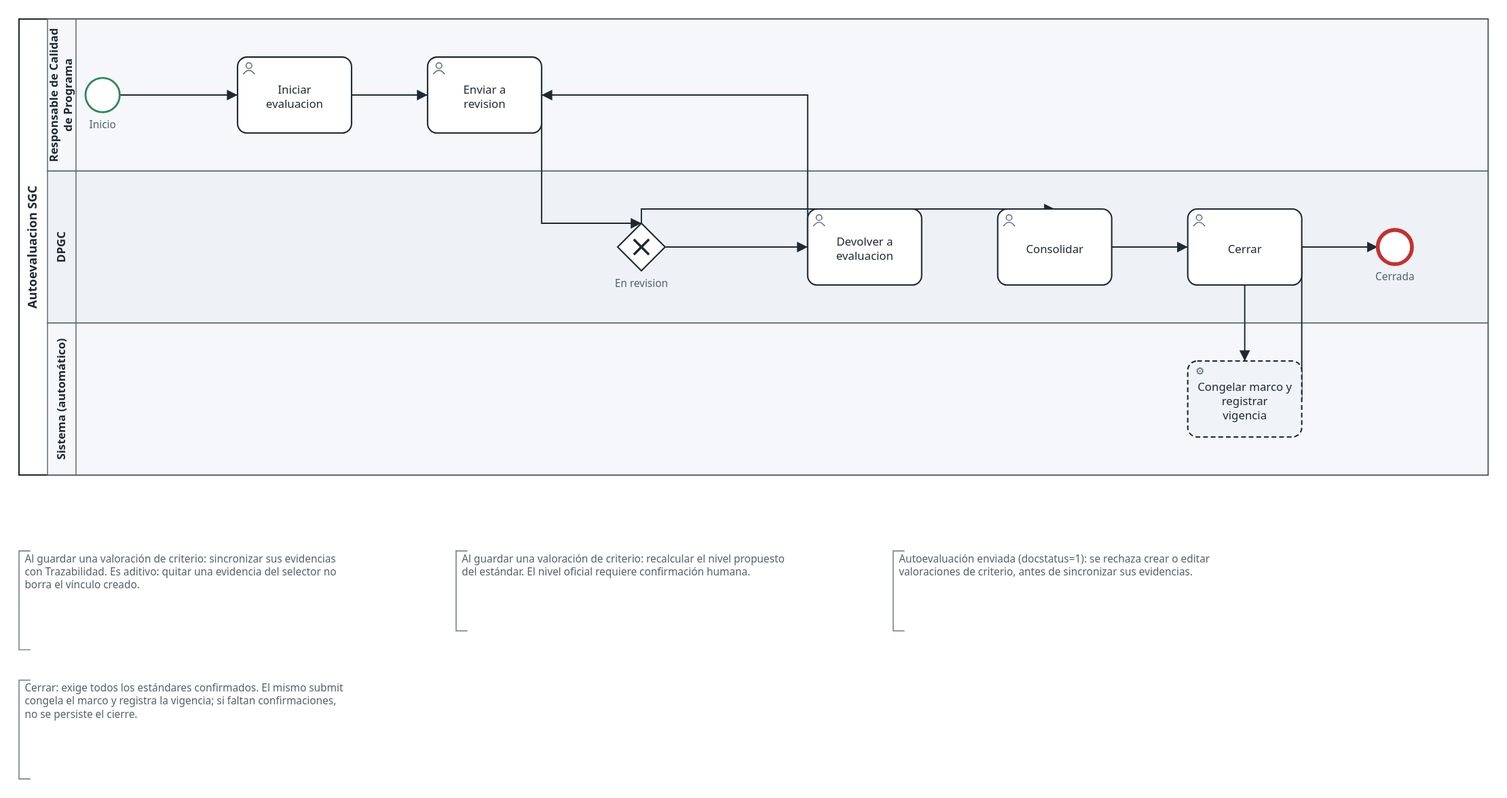
Above: docs-site/src/assets/bpmn/03-autoevaluacion.svg in SciBack/sgc (BPMN), before the change. Its source is kept beside it as docs/diagramas/bpmn/03-autoevaluacion.bpmn. Ids are renumbered. The source it was exported from:
```xml
<bpmn:definitions xmlns:bpmn="http://www.omg.org/spec/BPMN/20100524/MODEL" xmlns:bpmndi="http://www.omg.org/spec/BPMN/20100524/DI" xmlns:dc="http://www.omg.org/spec/DD/20100524/DC" xmlns:di="http://www.omg.org/spec/DD/20100524/DI" xmlns:sgc="https://sciback.com/schema/sgc/1.0" id="Definitions_1" targetNamespace="https://sciback.com/schema/sgc/1.0" exporter="SGC" exporterVersion="1.0">
  <bpmn:collaboration id="Collaboration_1">
    <bpmn:participant id="Participant_Autoevaluacion" name="Autoevaluacion SGC" processRef="Process_Autoevaluacion" />
  </bpmn:collaboration>
  <bpmn:process id="Process_Autoevaluacion" isExecutable="false">
    <bpmn:documentation>Autoevaluación con fines de acreditación, el sello voluntario de calidad que otorga el Coneau (el órgano que acredita, dentro del Sineace). Se califica contra uno de sus dos modelos: el de programas de estudios —10 estándares, 53 criterios, 29 indicadores, según la Tabla 8 del modelo— o el institucional —9 estándares, 68 criterios, 37 indicadores—, con la escala NL (no logrado) / L (logrado) / LP (logrado plenamente). El desenlace lo fija la Tabla 9 de ambos modelos: un solo estándar NL deja el programa «en proceso» de acreditación; todo L, o una combinación de L y LP, dan 3 años de vigencia; todo LP, 6 años; y todo LP más el umbral de la Tabla 10 (criterios de excelencia), 8 años —16 puntos en el modelo de programas, 20 en el institucional—. No sirve para el licenciamiento: son marcos que la norma mantiene separados, y el propio Modelo de Acreditación Institucional del Coneau (2026) lo dice en su §4.2.</bpmn:documentation>
    <bpmn:laneSet id="LaneSet_1">
      <bpmn:lane id="Lane_Responsable_de_Calidad_de_Programa" name="Responsable de Calidad de Programa">
        <bpmn:flowNodeRef>Task_Planificada__Iniciar_evaluacion</bpmn:flowNodeRef>
        <bpmn:flowNodeRef>Task_En_curso__Enviar_a_revision</bpmn:flowNodeRef>
        <bpmn:flowNodeRef>StartEvent_1</bpmn:flowNodeRef>
      </bpmn:lane>
      <bpmn:lane id="Lane_DPGC" name="DPGC">
        <bpmn:flowNodeRef>Task_En_revision__Devolver_a_evaluacion</bpmn:flowNodeRef>
        <bpmn:flowNodeRef>Task_En_revision__Consolidar</bpmn:flowNodeRef>
        <bpmn:flowNodeRef>Task_Consolidada__Cerrar</bpmn:flowNodeRef>
        <bpmn:flowNodeRef>Gateway_En_revision</bpmn:flowNodeRef>
        <bpmn:flowNodeRef>End_Cerrada</bpmn:flowNodeRef>
      </bpmn:lane>
      <bpmn:lane id="Lane_Sistema__automatico_" name="Sistema (automático)">
        <bpmn:flowNodeRef>Efecto_Cerrada__Congelar_marco_y_registrar_vigencia</bpmn:flowNodeRef>
      </bpmn:lane>
    </bpmn:laneSet>
    <bpmn:userTask id="Task_Planificada__Iniciar_evaluacion" name="Iniciar evaluacion">
      <bpmn:incoming>Flow_inicio</bpmn:incoming>
      <bpmn:outgoing>Flow_Planificada_Iniciar_evaluacion_hacia_En_curso</bpmn:outgoing>
    </bpmn:userTask>
    <bpmn:userTask id="Task_En_curso__Enviar_a_revision" name="Enviar a revision">
      <bpmn:incoming>Flow_Planificada_Iniciar_evaluacion_hacia_En_curso</bpmn:incoming>
      <bpmn:incoming>Flow_En_revision_Devolver_a_evaluacion_hacia_En_curso</bpmn:incoming>
      <bpmn:outgoing>Flow_En_curso_Enviar_a_revision_hacia_En_revision</bpmn:outgoing>
    </bpmn:userTask>
    <bpmn:userTask id="Task_En_revision__Devolver_a_evaluacion" name="Devolver a evaluacion">
      <bpmn:incoming>Flow_gw_En_revision_Devolver_a_evaluacion</bpmn:incoming>
      <bpmn:outgoing>Flow_En_revision_Devolver_a_evaluacion_hacia_En_curso</bpmn:outgoing>
    </bpmn:userTask>
    <bpmn:userTask id="Task_En_revision__Consolidar" name="Consolidar">
      <bpmn:incoming>Flow_gw_En_revision_Consolidar</bpmn:incoming>
      <bpmn:outgoing>Flow_En_revision_Consolidar_hacia_Consolidada</bpmn:outgoing>
    </bpmn:userTask>
    <bpmn:userTask id="Task_Consolidada__Cerrar" name="Cerrar">
      <bpmn:incoming>Flow_En_revision_Consolidar_hacia_Consolidada</bpmn:incoming>
      <bpmn:outgoing>Flow_Consolidada_Cerrar_hacia_Cerrada</bpmn:outgoing>
    </bpmn:userTask>
    <bpmn:exclusiveGateway id="Gateway_En_revision" name="En revision">
      <bpmn:incoming>Flow_En_curso_Enviar_a_revision_hacia_En_revision</bpmn:incoming>
      <bpmn:outgoing>Flow_gw_En_revision_Devolver_a_evaluacion</bpmn:outgoing>
      <bpmn:outgoing>Flow_gw_En_revision_Consolidar</bpmn:outgoing>
    </bpmn:exclusiveGateway>
    <bpmn:endEvent id="End_Cerrada" name="Cerrada">
      <bpmn:incoming>Flow_efecto_Cerrada</bpmn:incoming>
    </bpmn:endEvent>
    <bpmn:startEvent id="StartEvent_1" name="Inicio">
      <bpmn:outgoing>Flow_inicio</bpmn:outgoing>
    </bpmn:startEvent>
    <bpmn:serviceTask id="Efecto_Cerrada__Congelar_marco_y_registrar_vigencia" name="Congelar marco y registrar vigencia">
      <bpmn:documentation>sgc.sgc_acreditacion.doctype.autoevaluacion.autoevaluacion.Autoevaluacion.before_submit</bpmn:documentation>
      <bpmn:incoming>Flow_Consolidada_Cerrar_hacia_Cerrada</bpmn:incoming>
      <bpmn:outgoing>Flow_efecto_Cerrada</bpmn:outgoing>
    </bpmn:serviceTask>
    <bpmn:sequenceFlow id="Flow_inicio" sourceRef="StartEvent_1" targetRef="Task_Planificada__Iniciar_evaluacion">
    </bpmn:sequenceFlow>
    <bpmn:sequenceFlow id="Flow_Planificada_Iniciar_evaluacion_hacia_En_curso" sourceRef="Task_Planificada__Iniciar_evaluacion" targetRef="Task_En_curso__Enviar_a_revision">
      <bpmn:extensionElements>
        <sgc:transicion rol="Responsable de Calidad de Programa" autoaprobacion="1" />
      </bpmn:extensionElements>
    </bpmn:sequenceFlow>
    <bpmn:sequenceFlow id="Flow_En_curso_Enviar_a_revision_hacia_En_revision" sourceRef="Task_En_curso__Enviar_a_revision" targetRef="Gateway_En_revision">
      <bpmn:extensionElements>
        <sgc:transicion rol="Responsable de Calidad de Programa" autoaprobacion="1" />
      </bpmn:extensionElements>
    </bpmn:sequenceFlow>
    <bpmn:sequenceFlow id="Flow_gw_En_revision_Devolver_a_evaluacion" sourceRef="Gateway_En_revision" targetRef="Task_En_revision__Devolver_a_evaluacion">
    </bpmn:sequenceFlow>
    <bpmn:sequenceFlow id="Flow_En_revision_Devolver_a_evaluacion_hacia_En_curso" sourceRef="Task_En_revision__Devolver_a_evaluacion" targetRef="Task_En_curso__Enviar_a_revision">
      <bpmn:extensionElements>
        <sgc:transicion rol="DPGC" autoaprobacion="1" />
      </bpmn:extensionElements>
    </bpmn:sequenceFlow>
    <bpmn:sequenceFlow id="Flow_gw_En_revision_Consolidar" sourceRef="Gateway_En_revision" targetRef="Task_En_revision__Consolidar">
    </bpmn:sequenceFlow>
    <bpmn:sequenceFlow id="Flow_En_revision_Consolidar_hacia_Consolidada" sourceRef="Task_En_revision__Consolidar" targetRef="Task_Consolidada__Cerrar">
      <bpmn:extensionElements>
        <sgc:transicion rol="DPGC" autoaprobacion="0" />
      </bpmn:extensionElements>
    </bpmn:sequenceFlow>
    <bpmn:sequenceFlow id="Flow_Consolidada_Cerrar_hacia_Cerrada" sourceRef="Task_Consolidada__Cerrar" targetRef="Efecto_Cerrada__Congelar_marco_y_registrar_vigencia">
      <bpmn:extensionElements>
        <sgc:transicion rol="DPGC" autoaprobacion="0" />
      </bpmn:extensionElements>
    </bpmn:sequenceFlow>
    <bpmn:sequenceFlow id="Flow_efecto_Cerrada" sourceRef="Efecto_Cerrada__Congelar_marco_y_registrar_vigencia" targetRef="End_Cerrada">
    </bpmn:sequenceFlow>
    <bpmn:textAnnotation id="Control_1">
      <bpmn:documentation>sgc.sgc_acreditacion.doctype.valoracion_criterio.valoracion_criterio.ValoracionCriterio._sincronizar_trazabilidad</bpmn:documentation>
      <bpmn:text>Al guardar una valoración de criterio: sincronizar
sus evidencias con Trazabilidad. Es aditivo: quitar
una evidencia del selector no borra el vínculo
creado.</bpmn:text>
    </bpmn:textAnnotation>
    <bpmn:textAnnotation id="Control_2">
      <bpmn:documentation>sgc.sgc_acreditacion.doctype.valoracion_criterio.valoracion_criterio.ValoracionCriterio.on_update</bpmn:documentation>
      <bpmn:text>Al guardar una valoración de criterio: recalcular el
nivel propuesto del estándar. El nivel oficial
requiere confirmación humana.</bpmn:text>
    </bpmn:textAnnotation>
    <bpmn:textAnnotation id="Control_3">
      <bpmn:documentation>sgc.sgc_acreditacion.doctype.valoracion_criterio.valoracion_criterio.ValoracionCriterio.validate</bpmn:documentation>
      <bpmn:text>Autoevaluación enviada (docstatus=1): se rechaza
crear o editar valoraciones de criterio, antes de
sincronizar sus evidencias.</bpmn:text>
    </bpmn:textAnnotation>
    <bpmn:textAnnotation id="Control_4">
      <bpmn:documentation>sgc.sgc_acreditacion.doctype.autoevaluacion.autoevaluacion.Autoevaluacion.before_submit</bpmn:documentation>
      <bpmn:text>Cerrar: exige todos los estándares confirmados. El
mismo submit congela el marco y registra la
vigencia; si faltan confirmaciones, no se persiste
el cierre.</bpmn:text>
    </bpmn:textAnnotation>
  </bpmn:process>
  <bpmndi:BPMNDiagram id="Diagram_1">
    <bpmndi:BPMNPlane id="Plane_1" bpmnElement="Collaboration_1">
      <bpmndi:BPMNShape id="Shape_Participant_Autoevaluacion" bpmnElement="Participant_Autoevaluacion" isHorizontal="true">
        <dc:Bounds x="200" y="80" width="1546" height="480" />
      </bpmndi:BPMNShape>
      <bpmndi:BPMNShape id="Shape_Lane_Responsable_de_Calidad_de_Programa" bpmnElement="Lane_Responsable_de_Calidad_de_Programa" isHorizontal="true">
        <dc:Bounds x="230" y="80" width="1516" height="160" />
      </bpmndi:BPMNShape>
      <bpmndi:BPMNShape id="Shape_Lane_DPGC" bpmnElement="Lane_DPGC" isHorizontal="true">
        <dc:Bounds x="230" y="240" width="1516" height="160" />
      </bpmndi:BPMNShape>
      <bpmndi:BPMNShape id="Shape_Lane_Sistema__automatico_" bpmnElement="Lane_Sistema__automatico_" isHorizontal="true">
        <dc:Bounds x="230" y="400" width="1516" height="160" />
      </bpmndi:BPMNShape>
      <bpmndi:BPMNShape id="Shape_Task_Planificada__Iniciar_evaluacion" bpmnElement="Task_Planificada__Iniciar_evaluacion">
        <dc:Bounds x="430" y="120" width="120" height="80" />
      </bpmndi:BPMNShape>
      <bpmndi:BPMNShape id="Shape_Task_En_curso__Enviar_a_revision" bpmnElement="Task_En_curso__Enviar_a_revision">
        <dc:Bounds x="630" y="120" width="120" height="80" />
      </bpmndi:BPMNShape>
      <bpmndi:BPMNShape id="Shape_Task_En_revision__Devolver_a_evaluacion" bpmnElement="Task_En_revision__Devolver_a_evaluacion">
        <dc:Bounds x="1030" y="280" width="120" height="80" />
      </bpmndi:BPMNShape>
      <bpmndi:BPMNShape id="Shape_Task_En_revision__Consolidar" bpmnElement="Task_En_revision__Consolidar">
        <dc:Bounds x="1230" y="280" width="120" height="80" />
      </bpmndi:BPMNShape>
      <bpmndi:BPMNShape id="Shape_Task_Consolidada__Cerrar" bpmnElement="Task_Consolidada__Cerrar">
        <dc:Bounds x="1430" y="280" width="120" height="80" />
      </bpmndi:BPMNShape>
      <bpmndi:BPMNShape id="Shape_Gateway_En_revision" bpmnElement="Gateway_En_revision">
        <dc:Bounds x="830" y="295" width="50" height="50" />
      </bpmndi:BPMNShape>
      <bpmndi:BPMNShape id="Shape_End_Cerrada" bpmnElement="End_Cerrada">
        <dc:Bounds x="1630" y="302" width="36" height="36" />
      </bpmndi:BPMNShape>
      <bpmndi:BPMNShape id="Shape_StartEvent_1" bpmnElement="StartEvent_1">
        <dc:Bounds x="230" y="142" width="36" height="36" />
      </bpmndi:BPMNShape>
      <bpmndi:BPMNShape id="Shape_Efecto_Cerrada__Congelar_marco_y_registrar_vigencia" bpmnElement="Efecto_Cerrada__Congelar_marco_y_registrar_vigencia">
        <dc:Bounds x="1430" y="440" width="120" height="80" />
      </bpmndi:BPMNShape>
      <bpmndi:BPMNShape id="Shape_Control_1" bpmnElement="Control_1">
        <dc:Bounds x="200" y="640" width="420" height="104" />
      </bpmndi:BPMNShape>
      <bpmndi:BPMNShape id="Shape_Control_2" bpmnElement="Control_2">
        <dc:Bounds x="660" y="640" width="420" height="84" />
      </bpmndi:BPMNShape>
      <bpmndi:BPMNShape id="Shape_Control_3" bpmnElement="Control_3">
        <dc:Bounds x="1120" y="640" width="420" height="84" />
      </bpmndi:BPMNShape>
      <bpmndi:BPMNShape id="Shape_Control_4" bpmnElement="Control_4">
        <dc:Bounds x="200" y="776" width="420" height="104" />
      </bpmndi:BPMNShape>
      <bpmndi:BPMNEdge id="Edge_Flow_inicio" bpmnElement="Flow_inicio">
        <di:waypoint x="266" y="160" />
        <di:waypoint x="430" y="160" />
      </bpmndi:BPMNEdge>
      <bpmndi:BPMNEdge id="Edge_Flow_Planificada_Iniciar_evaluacion_hacia_En_curso" bpmnElement="Flow_Planificada_Iniciar_evaluacion_hacia_En_curso">
        <di:waypoint x="550" y="160" />
        <di:waypoint x="630" y="160" />
      </bpmndi:BPMNEdge>
      <bpmndi:BPMNEdge id="Edge_Flow_En_curso_Enviar_a_revision_hacia_En_revision" bpmnElement="Flow_En_curso_Enviar_a_revision_hacia_En_revision">
        <di:waypoint x="750" y="160" />
        <di:waypoint x="750" y="295" />
        <di:waypoint x="855" y="295" />
      </bpmndi:BPMNEdge>
      <bpmndi:BPMNEdge id="Edge_Flow_gw_En_revision_Devolver_a_evaluacion" bpmnElement="Flow_gw_En_revision_Devolver_a_evaluacion">
        <di:waypoint x="880" y="320" />
        <di:waypoint x="1030" y="320" />
      </bpmndi:BPMNEdge>
      <bpmndi:BPMNEdge id="Edge_Flow_En_revision_Devolver_a_evaluacion_hacia_En_curso" bpmnElement="Flow_En_revision_Devolver_a_evaluacion_hacia_En_curso">
        <di:waypoint x="1030" y="320" />
        <di:waypoint x="1030" y="160" />
        <di:waypoint x="750" y="160" />
      </bpmndi:BPMNEdge>
      <bpmndi:BPMNEdge id="Edge_Flow_gw_En_revision_Consolidar" bpmnElement="Flow_gw_En_revision_Consolidar">
        <di:waypoint x="855" y="295" />
        <di:waypoint x="855" y="280" />
        <di:waypoint x="1290" y="280" />
      </bpmndi:BPMNEdge>
      <bpmndi:BPMNEdge id="Edge_Flow_En_revision_Consolidar_hacia_Consolidada" bpmnElement="Flow_En_revision_Consolidar_hacia_Consolidada">
        <di:waypoint x="1350" y="320" />
        <di:waypoint x="1430" y="320" />
      </bpmndi:BPMNEdge>
      <bpmndi:BPMNEdge id="Edge_Flow_Consolidada_Cerrar_hacia_Cerrada" bpmnElement="Flow_Consolidada_Cerrar_hacia_Cerrada">
        <di:waypoint x="1490" y="360" />
        <di:waypoint x="1490" y="440" />
      </bpmndi:BPMNEdge>
      <bpmndi:BPMNEdge id="Edge_Flow_efecto_Cerrada" bpmnElement="Flow_efecto_Cerrada">
        <di:waypoint x="1550" y="480" />
        <di:waypoint x="1550" y="320" />
        <di:waypoint x="1630" y="320" />
      </bpmndi:BPMNEdge>
    </bpmndi:BPMNPlane>
  </bpmndi:BPMNDiagram>
</bpmn:definitions>
```
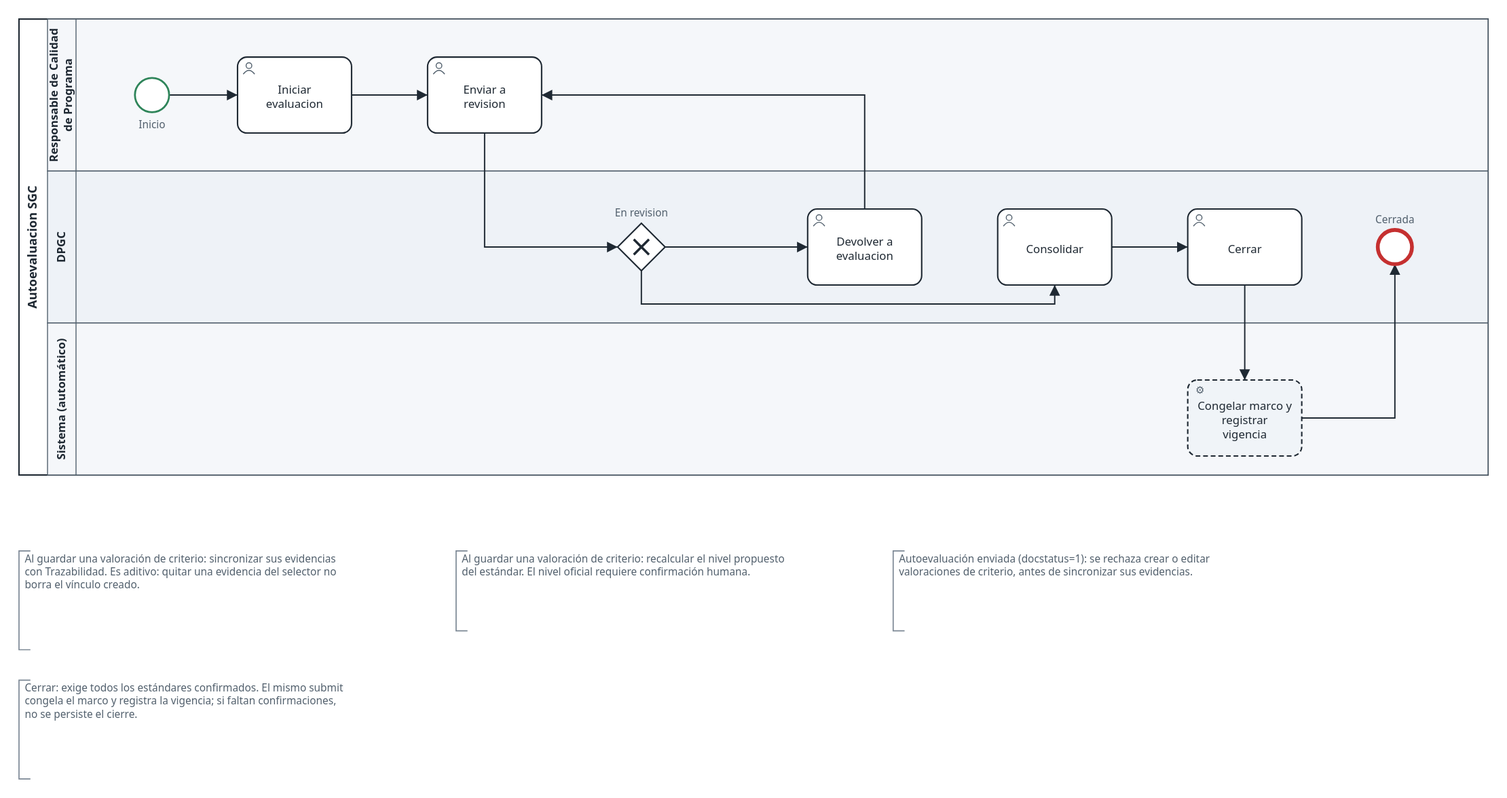
After the change.

Diff of the diagram source:
```diff
@@ -154,10 +154,10 @@
         <dc:Bounds x="1630" y="302" width="36" height="36" />
       </bpmndi:BPMNShape>
       <bpmndi:BPMNShape id="Shape_StartEvent_1" bpmnElement="StartEvent_1">
-        <dc:Bounds x="230" y="142" width="36" height="36" />
+        <dc:Bounds x="322" y="142" width="36" height="36" />
       </bpmndi:BPMNShape>
       <bpmndi:BPMNShape id="Shape_Efecto_Cerrada__Congelar_marco_y_registrar_vigencia" bpmnElement="Efecto_Cerrada__Congelar_marco_y_registrar_vigencia">
-        <dc:Bounds x="1430" y="440" width="120" height="80" />
+        <dc:Bounds x="1430" y="460" width="120" height="80" />
       </bpmndi:BPMNShape>
       <bpmndi:BPMNShape id="Shape_Control_1" bpmnElement="Control_1">
         <dc:Bounds x="200" y="640" width="420" height="104" />
@@ -172,7 +172,7 @@
         <dc:Bounds x="200" y="776" width="420" height="104" />
       </bpmndi:BPMNShape>
       <bpmndi:BPMNEdge id="Edge_Flow_inicio" bpmnElement="Flow_inicio">
-        <di:waypoint x="266" y="160" />
+        <di:waypoint x="358" y="160" />
         <di:waypoint x="430" y="160" />
       </bpmndi:BPMNEdge>
       <bpmndi:BPMNEdge id="Edge_Flow_Planificada_Iniciar_evaluacion_hacia_En_curso" bpmnElement="Flow_Planificada_Iniciar_evaluacion_hacia_En_curso">
@@ -180,23 +180,24 @@
         <di:waypoint x="630" y="160" />
       </bpmndi:BPMNEdge>
       <bpmndi:BPMNEdge id="Edge_Flow_En_curso_Enviar_a_revision_hacia_En_revision" bpmnElement="Flow_En_curso_Enviar_a_revision_hacia_En_revision">
-        <di:waypoint x="750" y="160" />
-        <di:waypoint x="750" y="295" />
-        <di:waypoint x="855" y="295" />
+        <di:waypoint x="690" y="200" />
+        <di:waypoint x="690" y="320" />
+        <di:waypoint x="830" y="320" />
       </bpmndi:BPMNEdge>
       <bpmndi:BPMNEdge id="Edge_Flow_gw_En_revision_Devolver_a_evaluacion" bpmnElement="Flow_gw_En_revision_Devolver_a_evaluacion">
         <di:waypoint x="880" y="320" />
         <di:waypoint x="1030" y="320" />
       </bpmndi:BPMNEdge>
       <bpmndi:BPMNEdge id="Edge_Flow_En_revision_Devolver_a_evaluacion_hacia_En_curso" bpmnElement="Flow_En_revision_Devolver_a_evaluacion_hacia_En_curso">
-        <di:waypoint x="1030" y="320" />
-        <di:waypoint x="1030" y="160" />
+        <di:waypoint x="1090" y="280" />
+        <di:waypoint x="1090" y="160" />
         <di:waypoint x="750" y="160" />
       </bpmndi:BPMNEdge>
       <bpmndi:BPMNEdge id="Edge_Flow_gw_En_revision_Consolidar" bpmnElement="Flow_gw_En_revision_Consolidar">
-        <di:waypoint x="855" y="295" />
-        <di:waypoint x="855" y="280" />
-        <di:waypoint x="1290" y="280" />
+        <di:waypoint x="855" y="345" />
+        <di:waypoint x="855" y="380" />
+        <di:waypoint x="1290" y="380" />
+        <di:waypoint x="1290" y="360" />
       </bpmndi:BPMNEdge>
       <bpmndi:BPMNEdge id="Edge_Flow_En_revision_Consolidar_hacia_Consolidada" bpmnElement="Flow_En_revision_Consolidar_hacia_Consolidada">
         <di:waypoint x="1350" y="320" />
@@ -204,12 +205,12 @@
       </bpmndi:BPMNEdge>
       <bpmndi:BPMNEdge id="Edge_Flow_Consolidada_Cerrar_hacia_Cerrada" bpmnElement="Flow_Consolidada_Cerrar_hacia_Cerrada">
         <di:waypoint x="1490" y="360" />
-        <di:waypoint x="1490" y="440" />
+        <di:waypoint x="1490" y="460" />
       </bpmndi:BPMNEdge>
       <bpmndi:BPMNEdge id="Edge_Flow_efecto_Cerrada" bpmnElement="Flow_efecto_Cerrada">
-        <di:waypoint x="1550" y="480" />
-        <di:waypoint x="1550" y="320" />
-        <di:waypoint x="1630" y="320" />
+        <di:waypoint x="1550" y="500" />
+        <di:waypoint x="1648" y="500" />
+        <di:waypoint x="1648" y="338" />
       </bpmndi:BPMNEdge>
     </bpmndi:BPMNPlane>
   </bpmndi:BPMNDiagram>
```
